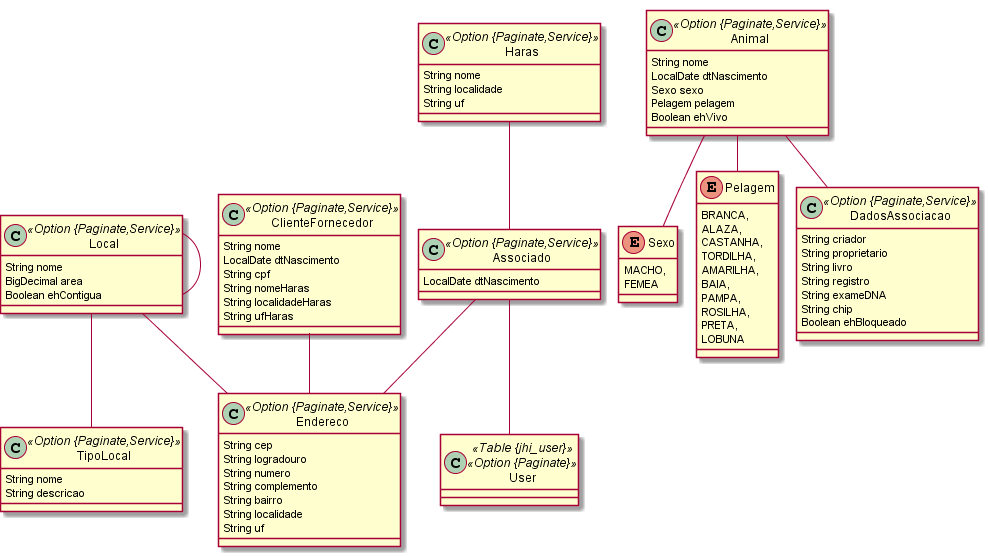
This is mmgestor.png from mjagfilho/mmgestor, a PlantUML export, as it was before one commit.
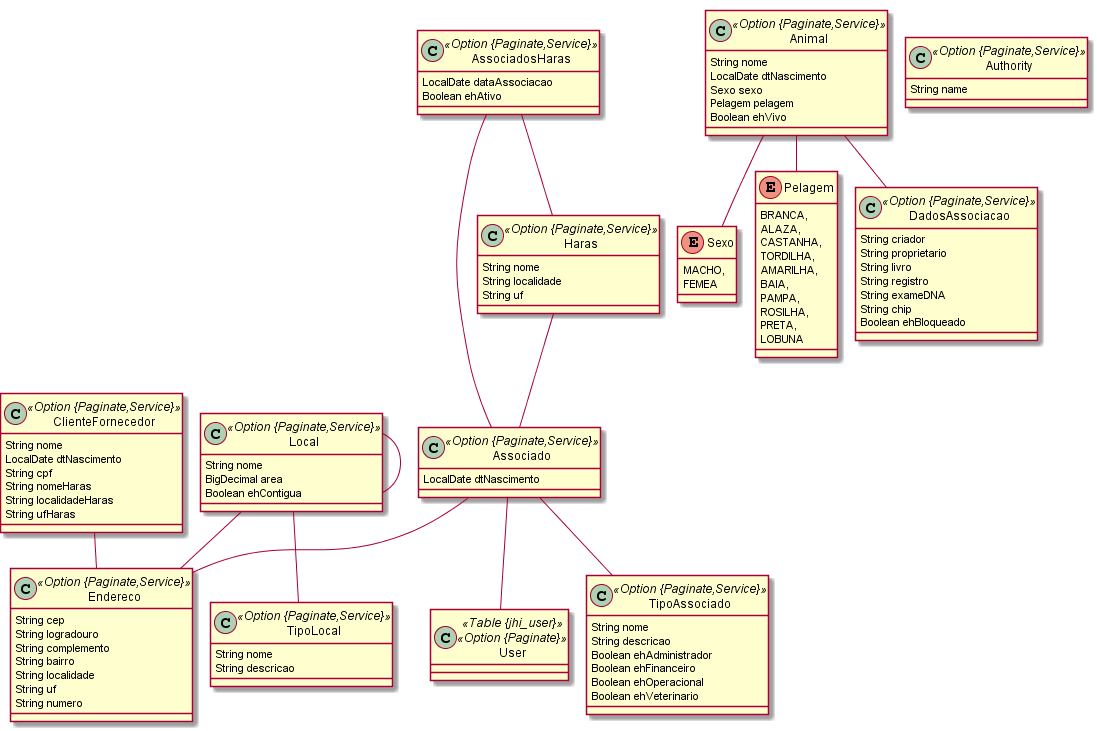
After the change.

What changed in the source:
```diff
@@ -6,11 +6,19 @@
 	class Endereco <<Option {Paginate,Service}>> {
 		String cep
 		String logradouro
-		String numero
 		String complemento
 		String bairro
 		String localidade
 		String uf
+		String numero
+	}
+	class TipoAssociado <<Option {Paginate,Service}>> {
+		String nome
+		String descricao
+		Boolean ehAdministrador
+		Boolean ehFinanceiro
+		Boolean ehOperacional
+		Boolean ehVeterinario
 	}
 	class Associado <<Option {Paginate,Service}>> {
 		LocalDate dtNascimento
@@ -19,6 +27,10 @@
 		String nome
 		String localidade
 		String uf
+	}
+	class AssociadosHaras <<Option {Paginate,Service}>> {
+		LocalDate dataAssociacao
+		Boolean ehAtivo
 	}
 	class TipoLocal <<Option {Paginate,Service}>> {
 		String nome
@@ -71,6 +83,7 @@
 		String chip
 		Boolean ehBloqueado
 	}
+	Associado  "tipo 0..1 " -- "0..1 "  TipoAssociado
 	Associado  "endereco 0..1 " -- "0..1 "  Endereco
 	Associado  "usuario 0..1 " -- "0..1 "  User
 	Local  "tipo 0..1 " -- "0..1 "  TipoLocal
@@ -78,5 +91,10 @@
 	ClienteFornecedor  "endereco 0..1 " -- "0..1 "  Endereco
 	Animal  "dadosAssociacao 0..1 " -- "animal 0..1 "  DadosAssociacao
 	Haras  "responsavel  1..* " o-- "0..1 "  Associado
+	AssociadosHaras  "associado  1..* " o-- "0..1 "  Associado
+	AssociadosHaras  "haras  1..* " o-- "0..1 "  Haras
 	Local  "pai 0..* " o-- "0..1 "  Local
+	class Authority <<Option {Paginate,Service}>> {
+		String name
+	}
 @enduml
```
